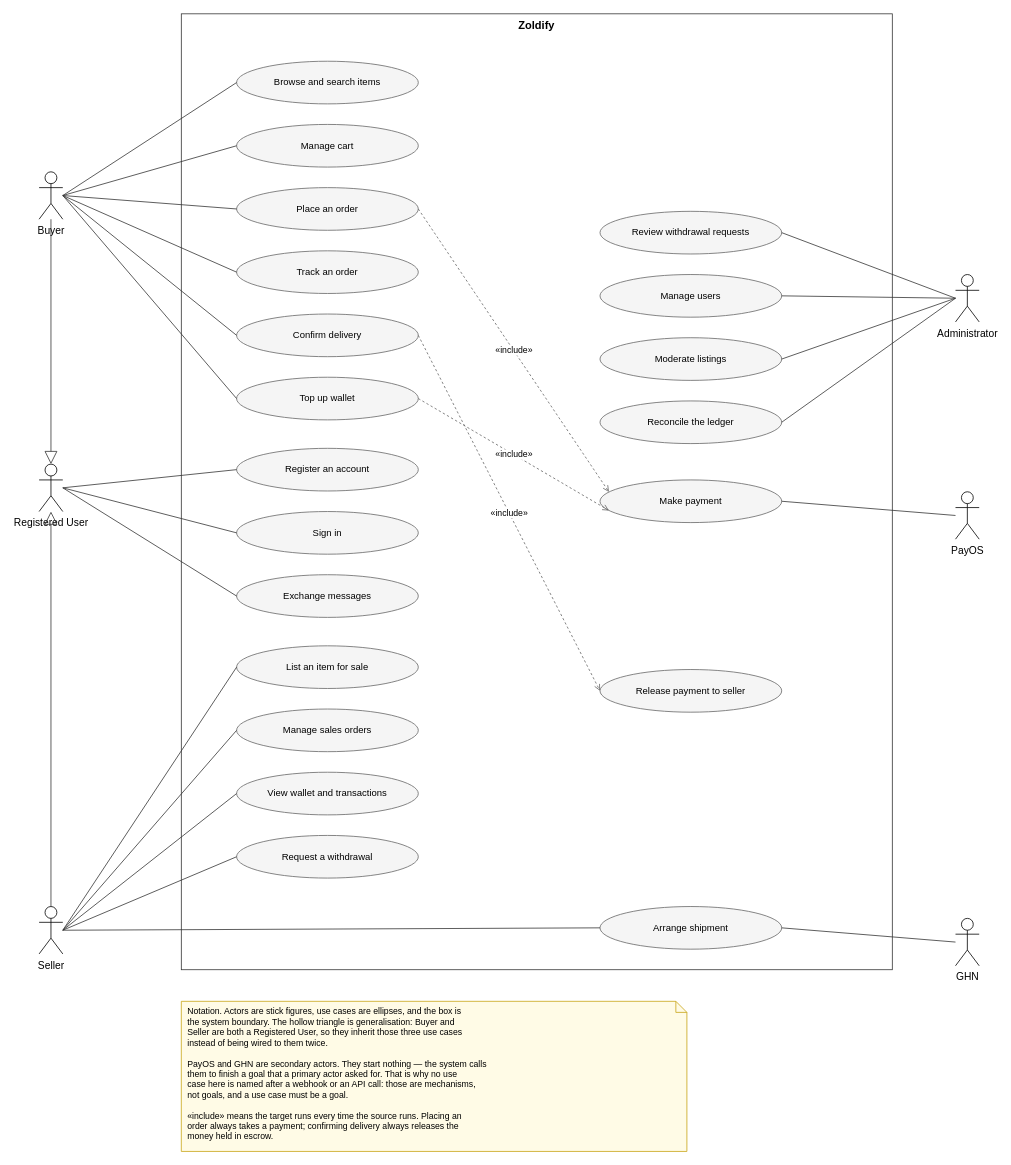
tdat-dev/Zoldify_Backend keeps this draw.io diagram as docs/system-design/drawio/05-use-case-diagram.drawio. Above is the earlier version. Source tidied: cells renumbered, new cells numbered last; positions are measured from the earlier drawing's top-left corner, leaving out a move shared by most shapes. Both pictures are drawn from the tidied source at 79%, with x=0, y=0 at pixel (39, 13).
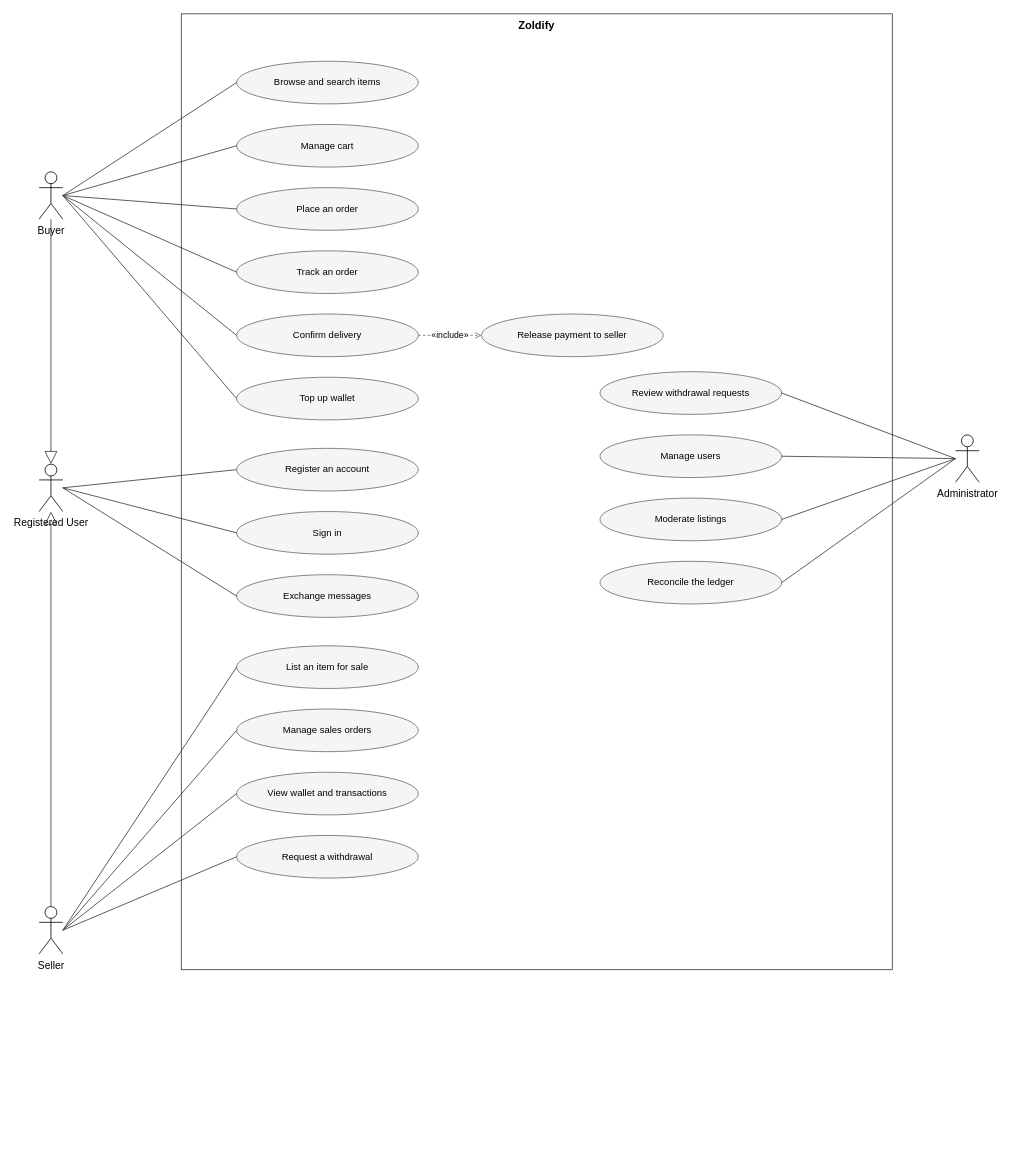
The same page after the edit.

Commit message (it also covers changes not shown here):
docs: docs(design): cập nhật use-case & activity diagram cho luồng GHN tách vận đơn multi-seller

The change refers to these unchanged cells:
```xml
<mxCell id="4" value="Seller" style="shape=umlActor;verticalLabelPosition=bottom;verticalAlign=top;html=1;outlineConnect=0;fontSize=13;" parent="1" vertex="1">
  <mxGeometry y="1130" width="30" height="60" as="geometry" />
</mxCell>
<mxCell id="11" value="Place an order" style="ellipse;whiteSpace=wrap;html=1;fontSize=12;fillColor=#f5f5f5;strokeColor=#666666;" parent="1" vertex="1">
  <mxGeometry x="250" y="220" width="230" height="54" as="geometry" />
</mxCell>
<mxCell id="14" value="Top up wallet" style="ellipse;whiteSpace=wrap;html=1;fontSize=12;fillColor=#f5f5f5;strokeColor=#666666;" parent="1" vertex="1">
  <mxGeometry x="250" y="460" width="230" height="54" as="geometry" />
</mxCell>
```

Change to the diagram source:
```diff
@@
     <mxCell id="5" value="Administrator" style="shape=umlActor;verticalLabelPosition=bottom;verticalAlign=top;html=1;outlineConnect=0;fontSize=13;" parent="1" vertex="1">
-      <mxGeometry x="1160" y="330" width="30" height="60" as="geometry" />
+      <mxGeometry x="1160" y="533" width="30" height="60" as="geometry" />
     </mxCell>
-    <mxCell id="6" value="PayOS" style="shape=umlActor;verticalLabelPosition=bottom;verticalAlign=top;html=1;outlineConnect=0;fontSize=13;" parent="1" vertex="1">
-      <mxGeometry x="1160" y="605" width="30" height="60" as="geometry" />
-    </mxCell>
-    <mxCell id="7" value="GHN" style="shape=umlActor;verticalLabelPosition=bottom;verticalAlign=top;html=1;outlineConnect=0;fontSize=13;" parent="1" vertex="1">
-      <mxGeometry x="1160" y="1145" width="30" height="60" as="geometry" />
-    </mxCell>
@@
     <mxCell id="22" value="Review withdrawal requests" style="ellipse;whiteSpace=wrap;html=1;fontSize=12;fillColor=#f5f5f5;strokeColor=#666666;" parent="1" vertex="1">
-      <mxGeometry x="710" y="250" width="230" height="54" as="geometry" />
+      <mxGeometry x="710" y="453" width="230" height="54" as="geometry" />
     </mxCell>
     <mxCell id="23" value="Manage users" style="ellipse;whiteSpace=wrap;html=1;fontSize=12;fillColor=#f5f5f5;strokeColor=#666666;" parent="1" vertex="1">
-      <mxGeometry x="710" y="330" width="230" height="54" as="geometry" />
+      <mxGeometry x="710" y="533" width="230" height="54" as="geometry" />
     </mxCell>
     <mxCell id="24" value="Moderate listings" style="ellipse;whiteSpace=wrap;html=1;fontSize=12;fillColor=#f5f5f5;strokeColor=#666666;" parent="1" vertex="1">
-      <mxGeometry x="710" y="410" width="230" height="54" as="geometry" />
+      <mxGeometry x="710" y="613" width="230" height="54" as="geometry" />
     </mxCell>
     <mxCell id="25" value="Reconcile the ledger" style="ellipse;whiteSpace=wrap;html=1;fontSize=12;fillColor=#f5f5f5;strokeColor=#666666;" parent="1" vertex="1">
-      <mxGeometry x="710" y="490" width="230" height="54" as="geometry" />
+      <mxGeometry x="710" y="693" width="230" height="54" as="geometry" />
     </mxCell>
-    <mxCell id="26" value="Make payment" style="ellipse;whiteSpace=wrap;html=1;fontSize=12;fillColor=#f5f5f5;strokeColor=#666666;" parent="1" vertex="1">
-      <mxGeometry x="710" y="590" width="230" height="54" as="geometry" />
-    </mxCell>
     <mxCell id="27" value="Release payment to seller" style="ellipse;whiteSpace=wrap;html=1;fontSize=12;fillColor=#f5f5f5;strokeColor=#666666;" parent="1" vertex="1">
-      <mxGeometry x="710" y="830" width="230" height="54" as="geometry" />
+      <mxGeometry x="560" y="380" width="230" height="54" as="geometry" />
     </mxCell>
-    <mxCell id="28" value="Arrange shipment" style="ellipse;whiteSpace=wrap;html=1;fontSize=12;fillColor=#f5f5f5;strokeColor=#666666;" parent="1" vertex="1">
-      <mxGeometry x="710" y="1130" width="230" height="54" as="geometry" />
-    </mxCell>
@@
-    <mxCell id="42" style="endArrow=none;html=1;strokeColor=#333333;exitX=1;exitY=0.5;exitDx=0;exitDy=0;entryX=0;entryY=0.5;entryDx=0;entryDy=0;" parent="1" edge="1" source="4" target="28">
-      <mxGeometry relative="1" as="geometry" />
-    </mxCell>
@@
-    <mxCell id="47" style="endArrow=none;html=1;strokeColor=#333333;exitX=0;exitY=0.5;exitDx=0;exitDy=0;entryX=1;entryY=0.5;entryDx=0;entryDy=0;" parent="1" edge="1" source="6" target="26">
-      <mxGeometry relative="1" as="geometry" />
-    </mxCell>
-    <mxCell id="48" style="endArrow=none;html=1;strokeColor=#333333;exitX=0;exitY=0.5;exitDx=0;exitDy=0;entryX=1;entryY=0.5;entryDx=0;entryDy=0;" parent="1" edge="1" source="7" target="28">
-      <mxGeometry relative="1" as="geometry" />
-    </mxCell>
@@
-    <mxCell id="51" value="«include»" style="endArrow=open;endFill=0;dashed=1;html=1;strokeColor=#666666;fontSize=11;exitX=1;exitY=0.5;exitDx=0;exitDy=0;entryX=0;entryY=0.25;entryDx=0;entryDy=0;" parent="1" edge="1" source="11" target="26">
-      <mxGeometry relative="1" as="geometry" />
-    </mxCell>
-    <mxCell id="52" value="«include»" style="endArrow=open;endFill=0;dashed=1;html=1;strokeColor=#666666;fontSize=11;exitX=1;exitY=0.5;exitDx=0;exitDy=0;entryX=0;entryY=0.75;entryDx=0;entryDy=0;" parent="1" edge="1" source="14" target="26">
-      <mxGeometry relative="1" as="geometry" />
-    </mxCell>
@@
-    <mxCell id="54" value="Notation. Actors are stick figures, use cases are ellipses, and the box is&lt;br&gt;the system boundary. The hollow triangle is generalisation: Buyer and&lt;br&gt;Seller are both a Registered User, so they inherit those three use cases&lt;br&gt;instead of being wired to them twice.&lt;br&gt;&lt;br&gt;PayOS and GHN are secondary actors. They start nothing — the system calls&lt;br&gt;them to finish a goal that a primary actor asked for. That is why no use&lt;br&gt;case here is named after a webhook or an API call: those are mechanisms,&lt;br&gt;not goals, and a use case must be a goal.&lt;br&gt;&lt;br&gt;«include» means the target runs every time the source runs. Placing an&lt;br&gt;order always takes a payment; confirming delivery always releases the&lt;br&gt;money held in escrow." style="shape=note;whiteSpace=wrap;html=1;size=14;verticalAlign=top;align=left;spacingLeft=6;fontSize=11;fillColor=#fffbe6;strokeColor=#c8a415;" parent="1" vertex="1">
-      <mxGeometry x="180" y="1250" width="640" height="190" as="geometry" />
-    </mxCell>
```
